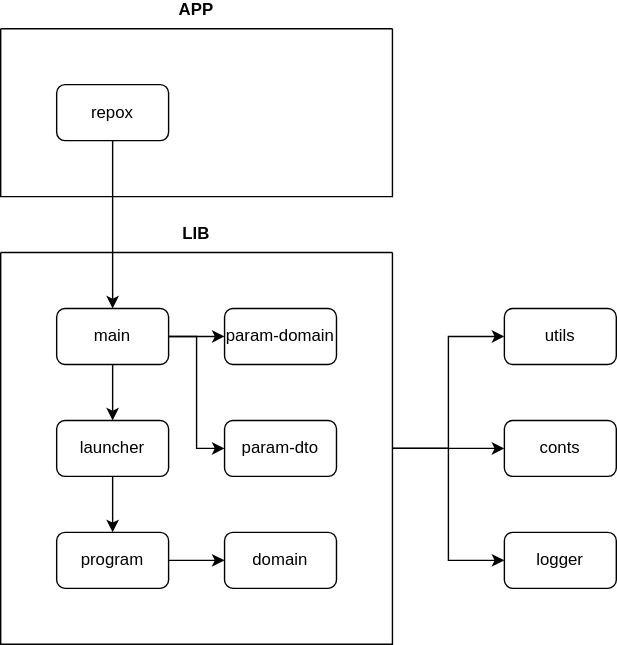
This is docs/dependency.svg from jaqba98/repox, a draw.io export, as it was before one commit. Source tidied: cells renumbered, new cells last; positions are measured from the earlier drawing's top-left corner, leaving out a move shared by most shapes.
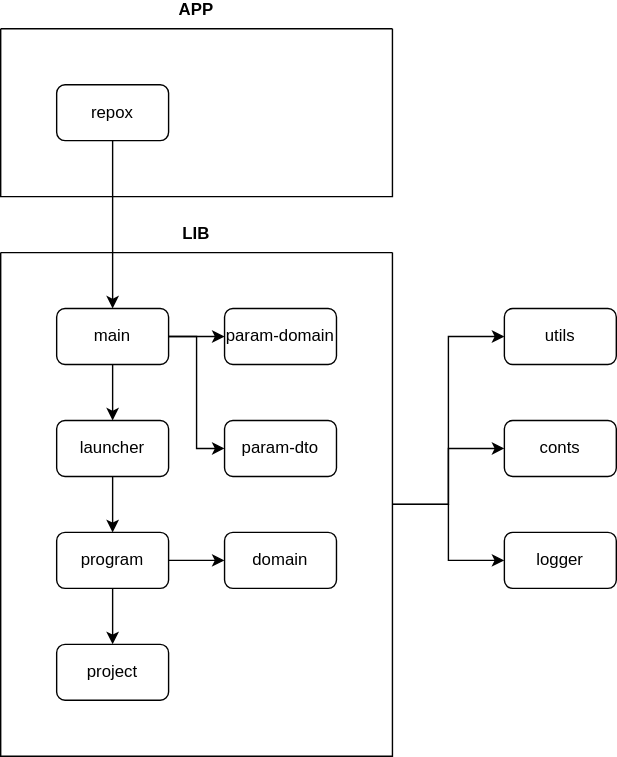
After the change.

Change to the diagram source:
```diff
@@ -15,7 +15,7 @@
       <mxGeometry relative="1" as="geometry" />
     </mxCell>
     <mxCell id="6" value="LIB&#10;&#10;" style="swimlane;startSize=0;" parent="1" vertex="1">
-      <mxGeometry y="160" width="280" height="280" as="geometry" />
+      <mxGeometry y="160" width="280" height="360" as="geometry" />
     </mxCell>
     <mxCell id="7" style="edgeStyle=orthogonalEdgeStyle;rounded=0;jettySize=auto;html=1;" parent="6" edge="1" source="9" target="12">
       <mxGeometry relative="1" as="geometry" />
@@ -35,6 +35,9 @@
     <mxCell id="12" value="launcher" style="rounded=1;whiteSpace=wrap;html=1;" parent="6" vertex="1">
       <mxGeometry x="40" y="120" width="80" height="40" as="geometry" />
     </mxCell>
+    <mxCell id="23" style="edgeStyle=orthogonalEdgeStyle;rounded=0;jettySize=auto;html=1;" parent="6" edge="1" source="13" target="24">
+      <mxGeometry relative="1" as="geometry" />
+    </mxCell>
     <mxCell id="13" value="program" style="rounded=1;whiteSpace=wrap;html=1;" parent="6" vertex="1">
       <mxGeometry x="40" y="200" width="80" height="40" as="geometry" />
     </mxCell>
@@ -50,6 +53,9 @@
     <mxCell id="17" value="param-dto" style="rounded=1;whiteSpace=wrap;html=1;" parent="6" vertex="1">
       <mxGeometry x="160" y="120" width="80" height="40" as="geometry" />
     </mxCell>
+    <mxCell id="24" value="project" style="rounded=1;whiteSpace=wrap;html=1;" parent="6" vertex="1">
+      <mxGeometry x="40" y="280" width="80" height="40" as="geometry" />
+    </mxCell>
     <mxCell id="18" value="logger" style="rounded=1;whiteSpace=wrap;html=1;sketch=0;shadow=0;" parent="1" vertex="1">
       <mxGeometry x="360" y="360" width="80" height="40" as="geometry" />
     </mxCell>
```
